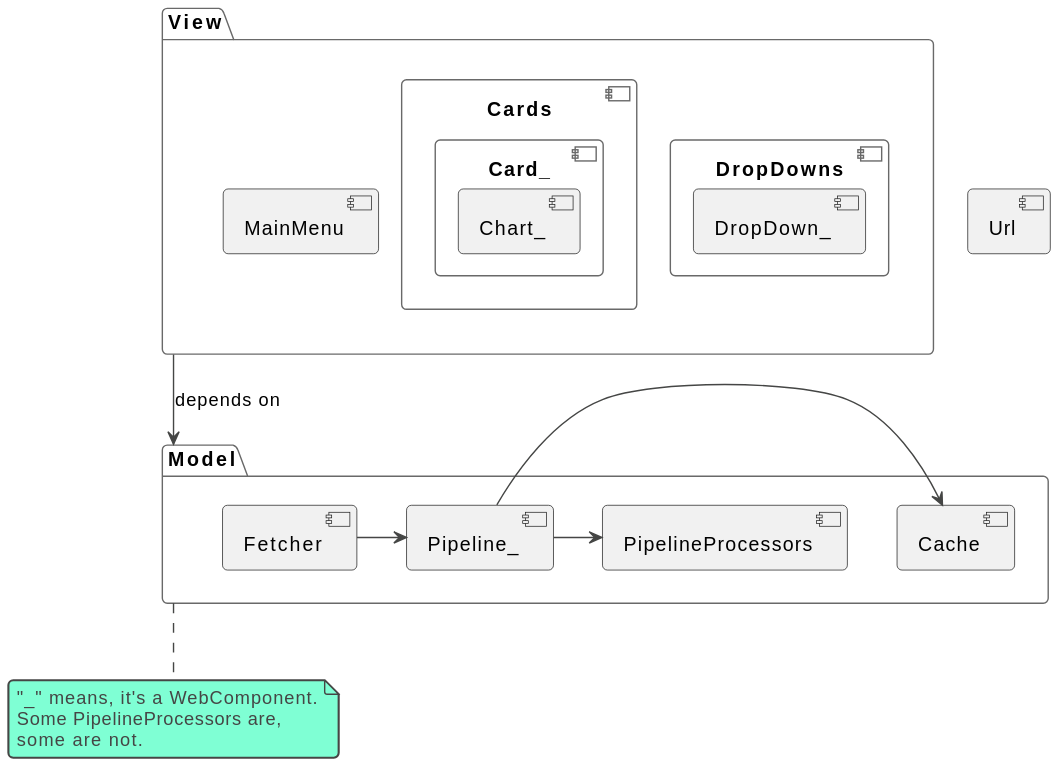
Before: docu/technical/components.svg, a diagram exported from PlantUML (kaukana0/dashboard-migration). Its diagram source:
```plantuml
@startuml components


package View {
  component DropDowns {
    component DropDown_ {
    }
  }

  component MainMenu {
  }

  component Cards {
    component Card_ {
      component Chart_ {
      }
    }
  }
}

package Model {
  component Fetcher {
  }
  component Pipeline_ {
  }
  component PipelineProcessors {
  }
  component Cache {
  }
}

component Url {
}

Fetcher -> Pipeline_
Pipeline_ -> Cache
Pipeline_ -> PipelineProcessors

View \-\-> Model: depends on


note bottom of Model
"_" means, it's a WebComponent.
Some PipelineProcessors are,
some are not.
end note

@enduml
```
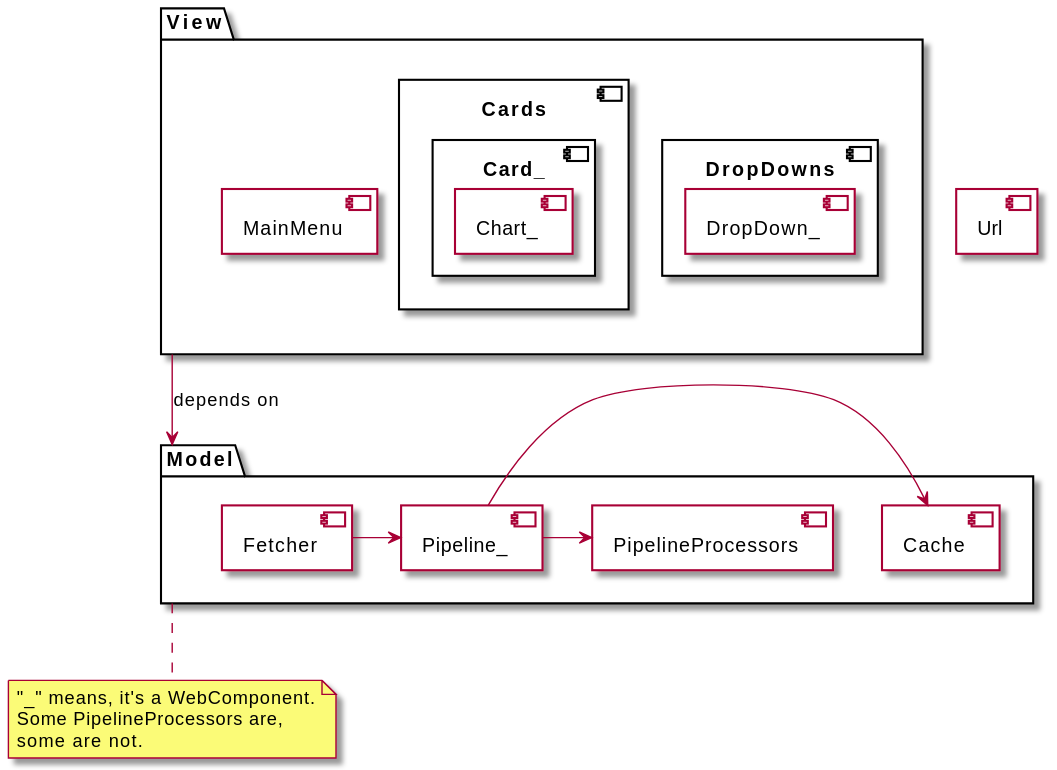
After the change.

What changed in the source:
```diff
@@ -36,7 +36,7 @@
 Pipeline_ -> Cache
 Pipeline_ -> PipelineProcessors
 
-View \-\-> Model: depends on
+View --> Model: depends on
 
 
 note bottom of Model
```
